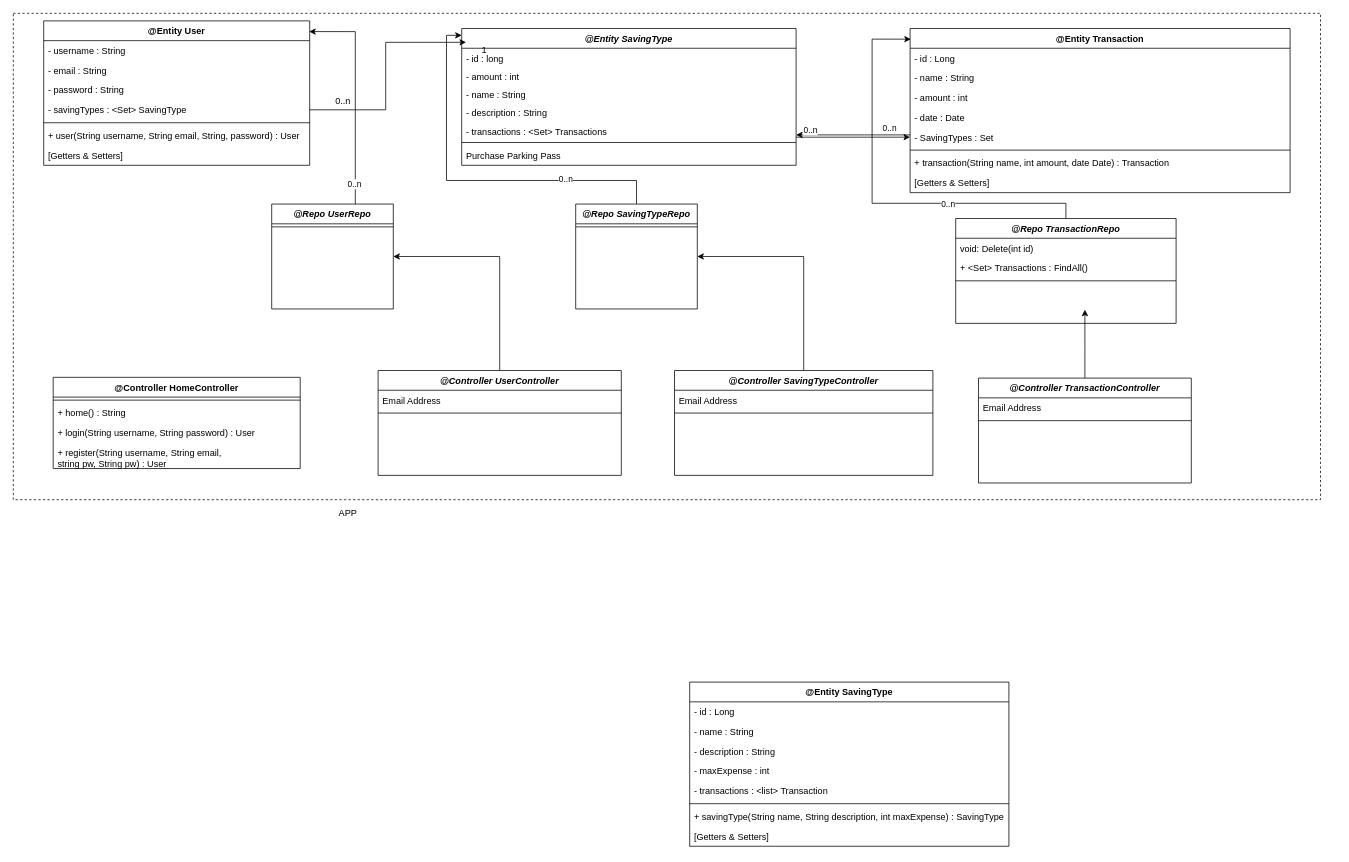
This is DIAGRAMS-verkefni-2/UMLCLASS.drawio from bhs15/BaraSpara-Hopur19, a draw.io file, before an edit. Source tidied: cells renumbered, new cells numbered last; positions are measured from the earlier drawing's top-left corner, leaving out a move shared by most shapes. Both pictures are drawn from the tidied source at 76%, with x=0, y=0 at pixel (13, 13).
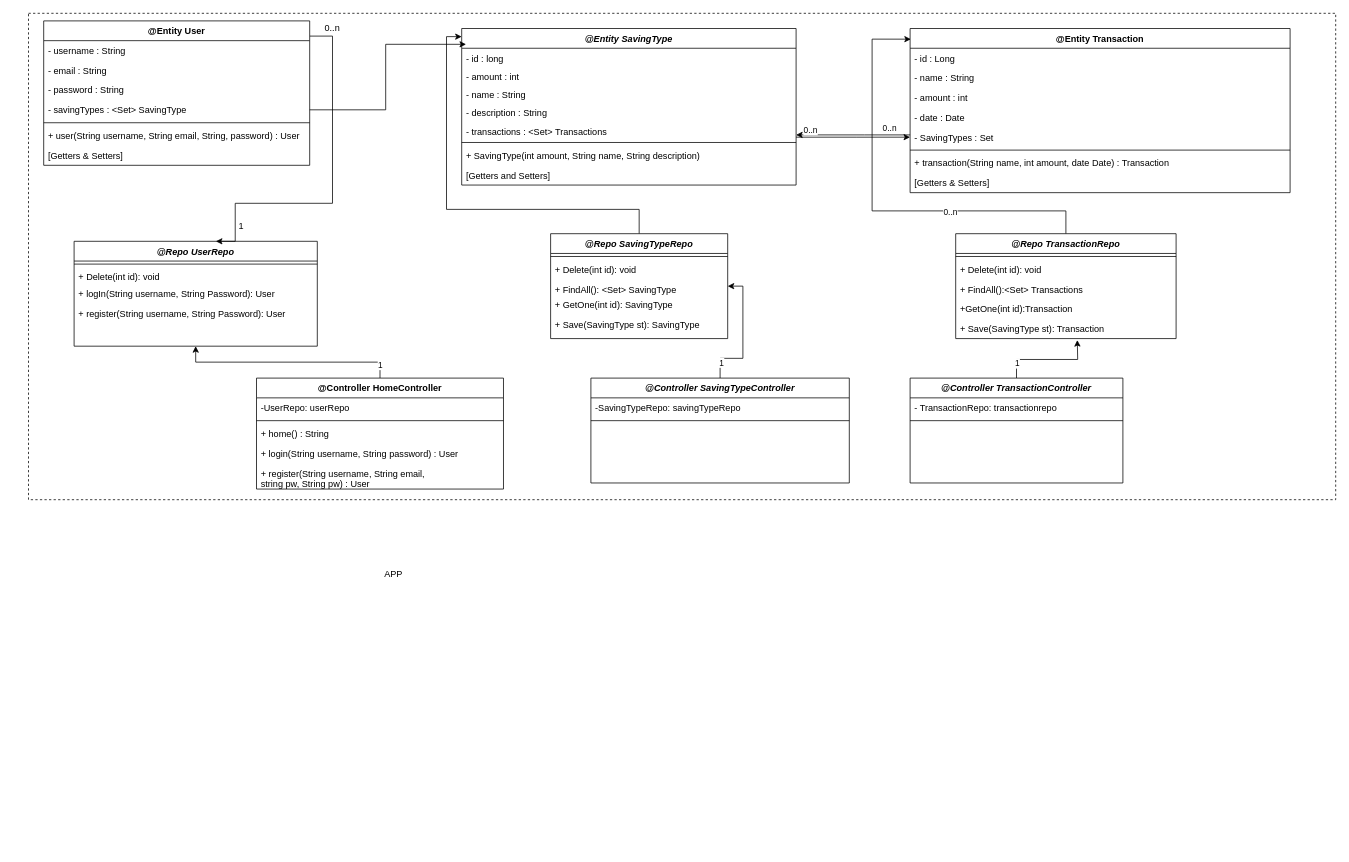
After the change.

Unchanged cells that the change refers to:
```xml
<mxCell id="16" style="edgeStyle=orthogonalEdgeStyle;rounded=0;jettySize=auto;html=1;entryX=1;entryY=0.5;entryDx=0;entryDy=0;" parent="1" edge="1" source="17" target="26">
  <mxGeometry relative="1" as="geometry" />
</mxCell>
<mxCell id="43" value="@Entity User" style="swimlane;fontStyle=1;align=center;verticalAlign=top;horizontal=1;startSize=26;" parent="1" vertex="1">
  <mxGeometry x="40" y="10" width="350" height="190" as="geometry" />
</mxCell>
<mxCell id="61" value="@Entity Transaction" style="swimlane;fontStyle=1;align=center;verticalAlign=top;horizontal=1;startSize=26;" parent="1" vertex="1">
  <mxGeometry x="1180" y="20" width="500" height="216" as="geometry" />
</mxCell>
```

What changed in the source:
```diff
@@
     <mxCell id="2" style="rounded=0;whiteSpace=wrap;html=1;fillColor=none;dashed=1;" parent="1" vertex="1">
-      <mxGeometry width="1720" height="640" as="geometry" />
+      <mxGeometry x="20" width="1720" height="640" as="geometry" />
     </mxCell>
     <mxCell id="3" value="&lt;div&gt;APP&lt;/div&gt;&lt;div&gt;&lt;br&gt;&lt;/div&gt;" style="text;html=1;align=center;verticalAlign=middle;" parent="1" vertex="1">
-      <mxGeometry x="420" y="650" width="40" height="30" as="geometry" />
+      <mxGeometry x="480" y="730" width="40" height="30" as="geometry" />
     </mxCell>
     <mxCell id="4" value="@Entity SavingType" style="swimlane;fontStyle=3;align=center;verticalAlign=top;horizontal=1;startSize=26;rounded=0;shadow=0;strokeWidth=1;" parent="1" vertex="1">
-      <mxGeometry x="590" y="20" width="440" height="180" as="geometry" />
+      <mxGeometry x="590" y="20" width="440" height="206" as="geometry" />
     </mxCell>
@@
-    <mxCell id="11" value="Purchase Parking Pass" style="text;align=left;verticalAlign=top;spacingLeft=4;spacingRight=4;overflow=hidden;" parent="4" vertex="1">
+    <mxCell id="11" value="+ SavingType(int amount, String name, String description)" style="text;align=left;verticalAlign=top;spacingLeft=4;spacingRight=4;overflow=hidden;" parent="4" vertex="1">
       <mxGeometry y="154" width="440" height="26" as="geometry" />
     </mxCell>
-    <mxCell id="12" style="edgeStyle=orthogonalEdgeStyle;rounded=0;jettySize=auto;html=1;entryX=1;entryY=0.5;entryDx=0;entryDy=0;" parent="1" edge="1" source="13" target="30">
-      <mxGeometry relative="1" as="geometry" />
-    </mxCell>
-    <mxCell id="13" value="@Controller UserController" style="swimlane;fontStyle=3;align=center;verticalAlign=top;horizontal=1;startSize=26;rounded=0;shadow=0;strokeWidth=1;" parent="1" vertex="1">
-      <mxGeometry x="480" y="470" width="320" height="138" as="geometry" />
-    </mxCell>
-    <mxCell id="14" value="Email Address" style="text;align=left;verticalAlign=top;spacingLeft=4;spacingRight=4;overflow=hidden;rounded=0;shadow=0;html=0;" parent="13" vertex="1">
-      <mxGeometry y="26" width="320" height="26" as="geometry" />
-    </mxCell>
-    <mxCell id="15" style="line;html=1;strokeWidth=1;align=left;verticalAlign=middle;spacingTop=-1;spacingLeft=3;spacingRight=3;labelPosition=right;" parent="13" vertex="1">
-      <mxGeometry y="52" width="320" height="8" as="geometry" />
-    </mxCell>
+    <mxCell id="76" value="[Getters and Setters]" style="text;align=left;verticalAlign=top;spacingLeft=4;spacingRight=4;overflow=hidden;" parent="4" vertex="1">
+      <mxGeometry y="180" width="440" height="26" as="geometry" />
+    </mxCell>
@@
+    <mxCell id="77" value="1" style="edgeLabel;html=1;align=center;verticalAlign=middle;" parent="16" vertex="1">
+      <mxGeometry x="-0.75" y="-1" relative="1" as="geometry" />
+    </mxCell>
     <mxCell id="17" value="@Controller SavingTypeController" style="swimlane;fontStyle=3;align=center;verticalAlign=top;horizontal=1;startSize=26;rounded=0;shadow=0;strokeWidth=1;" parent="1" vertex="1">
-      <mxGeometry x="870" y="470" width="340" height="138" as="geometry" />
+      <mxGeometry x="760" y="480" width="340" height="138" as="geometry" />
     </mxCell>
-    <mxCell id="18" value="Email Address" style="text;align=left;verticalAlign=top;spacingLeft=4;spacingRight=4;overflow=hidden;rounded=0;shadow=0;html=0;" parent="17" vertex="1">
+    <mxCell id="18" value="-SavingTypeRepo: savingTypeRepo" style="text;align=left;verticalAlign=top;spacingLeft=4;spacingRight=4;overflow=hidden;rounded=0;shadow=0;html=0;" parent="17" vertex="1">
       <mxGeometry y="26" width="340" height="26" as="geometry" />
     </mxCell>
@@
     <mxCell id="20" style="edgeStyle=orthogonalEdgeStyle;rounded=0;jettySize=auto;html=1;" parent="1" edge="1" source="21">
       <mxGeometry relative="1" as="geometry">
-        <mxPoint x="1410" y="390" as="targetPoint" />
+        <mxPoint x="1400" y="430" as="targetPoint" />
       </mxGeometry>
     </mxCell>
+    <mxCell id="78" value="1" style="edgeLabel;html=1;align=center;verticalAlign=middle;" parent="20" vertex="1">
+      <mxGeometry x="-0.7" relative="1" as="geometry" />
+    </mxCell>
     <mxCell id="21" value="@Controller TransactionController" style="swimlane;fontStyle=3;align=center;verticalAlign=top;horizontal=1;startSize=26;rounded=0;shadow=0;strokeWidth=1;" parent="1" vertex="1">
-      <mxGeometry x="1270" y="480" width="280" height="138" as="geometry" />
+      <mxGeometry x="1180" y="480" width="280" height="138" as="geometry" />
     </mxCell>
-    <mxCell id="22" value="Email Address" style="text;align=left;verticalAlign=top;spacingLeft=4;spacingRight=4;overflow=hidden;rounded=0;shadow=0;html=0;" parent="21" vertex="1">
+    <mxCell id="22" value="- TransactionRepo: transactionrepo" style="text;align=left;verticalAlign=top;spacingLeft=4;spacingRight=4;overflow=hidden;rounded=0;shadow=0;html=0;" parent="21" vertex="1">
       <mxGeometry y="26" width="280" height="26" as="geometry" />
     </mxCell>
@@
-    <mxCell id="24" style="edgeStyle=orthogonalEdgeStyle;rounded=0;jettySize=auto;html=1;entryX=0;entryY=0.05;entryDx=0;entryDy=0;entryPerimeter=0;" parent="1" edge="1" source="26" target="4">
-      <mxGeometry relative="1" as="geometry">
-        <Array as="points">
-          <mxPoint x="820" y="220" />
-          <mxPoint x="570" y="220" />
-          <mxPoint x="570" y="29" />
-        </Array>
-      </mxGeometry>
+    <mxCell id="24" style="edgeStyle=orthogonalEdgeStyle;rounded=0;jettySize=auto;html=1;entryX=0;entryY=0.052;entryDx=0;entryDy=0;entryPerimeter=0;" parent="1" edge="1" source="26" target="4">
+      <mxGeometry relative="1" as="geometry" />
     </mxCell>
-    <mxCell id="25" value="0..n" style="edgeLabel;html=1;align=center;verticalAlign=middle;" parent="24" vertex="1">
-      <mxGeometry x="-0.49" y="-2" relative="1" as="geometry" />
-    </mxCell>
     <mxCell id="26" value="@Repo SavingTypeRepo" style="swimlane;fontStyle=3;align=center;verticalAlign=top;horizontal=1;startSize=26;rounded=0;shadow=0;strokeWidth=1;" parent="1" vertex="1">
-      <mxGeometry x="740" y="251" width="160" height="138" as="geometry" />
+      <mxGeometry x="707" y="290" width="233" height="138" as="geometry" />
     </mxCell>
     <mxCell id="27" style="line;html=1;strokeWidth=1;align=left;verticalAlign=middle;spacingTop=-1;spacingLeft=3;spacingRight=3;labelPosition=right;" parent="26" vertex="1">
-      <mxGeometry y="26" width="160" height="8" as="geometry" />
+      <mxGeometry y="26" width="233" height="8" as="geometry" />
     </mxCell>
-    <mxCell id="28" style="edgeStyle=orthogonalEdgeStyle;rounded=0;jettySize=auto;html=1;entryX=0.998;entryY=0.074;entryDx=0;entryDy=0;entryPerimeter=0;" parent="1" edge="1" source="30" target="43">
-      <mxGeometry relative="1" as="geometry">
-        <Array as="points">
-          <mxPoint x="450" y="24" />
-        </Array>
-      </mxGeometry>
-    </mxCell>
-    <mxCell id="29" value="0..n" style="edgeLabel;html=1;align=center;verticalAlign=middle;" parent="28" vertex="1">
-      <mxGeometry x="-0.81" y="2" relative="1" as="geometry" />
-    </mxCell>
+    <mxCell id="79" value="+ Delete(int id): void" style="text;strokeColor=none;fillColor=none;align=left;verticalAlign=top;spacingLeft=4;spacingRight=4;overflow=hidden;" parent="26" vertex="1">
+      <mxGeometry y="34" width="233" height="26" as="geometry" />
+    </mxCell>
+    <mxCell id="80" value="+ FindAll(): &lt;Set&gt; SavingType" style="text;strokeColor=none;fillColor=none;align=left;verticalAlign=top;spacingLeft=4;spacingRight=4;overflow=hidden;" parent="26" vertex="1">
+      <mxGeometry y="60" width="233" height="26" as="geometry" />
+    </mxCell>
     <mxCell id="30" value="@Repo UserRepo" style="swimlane;fontStyle=3;align=center;verticalAlign=top;horizontal=1;startSize=26;rounded=0;shadow=0;strokeWidth=1;" parent="1" vertex="1">
-      <mxGeometry x="340" y="251" width="160" height="138" as="geometry" />
+      <mxGeometry x="80" y="300" width="320" height="138" as="geometry" />
     </mxCell>
     <mxCell id="31" style="line;html=1;strokeWidth=1;align=left;verticalAlign=middle;spacingTop=-1;spacingLeft=3;spacingRight=3;labelPosition=right;" parent="30" vertex="1">
-      <mxGeometry y="26" width="160" height="8" as="geometry" />
+      <mxGeometry y="26" width="320" height="8" as="geometry" />
     </mxCell>
+    <mxCell id="81" value="+ Delete(int id): void" style="text;strokeColor=none;fillColor=none;align=left;verticalAlign=top;spacingLeft=4;spacingRight=4;overflow=hidden;" parent="30" vertex="1">
+      <mxGeometry y="34" width="320" height="26" as="geometry" />
+    </mxCell>
     <mxCell id="32" style="edgeStyle=orthogonalEdgeStyle;rounded=0;jettySize=auto;html=1;entryX=0.002;entryY=0.065;entryDx=0;entryDy=0;entryPerimeter=0;" parent="1" edge="1" source="34" target="61">
       <mxGeometry relative="1" as="geometry">
         <Array as="points">
-          <mxPoint x="1385" y="250" />
-          <mxPoint x="1130" y="250" />
+          <mxPoint x="1385" y="260" />
+          <mxPoint x="1130" y="260" />
           <mxPoint x="1130" y="34" />
         </Array>
       </mxGeometry>
     </mxCell>
@@
     <mxCell id="34" value="@Repo TransactionRepo" style="swimlane;fontStyle=3;align=center;verticalAlign=top;horizontal=1;startSize=26;rounded=0;shadow=0;strokeWidth=1;" parent="1" vertex="1">
-      <mxGeometry x="1240" y="270" width="290" height="138" as="geometry" />
+      <mxGeometry x="1240" y="290" width="290" height="138" as="geometry" />
     </mxCell>
+    <mxCell id="37" style="line;html=1;strokeWidth=1;align=left;verticalAlign=middle;spacingTop=-1;spacingLeft=3;spacingRight=3;labelPosition=right;" parent="34" vertex="1">
+      <mxGeometry y="26" width="290" height="8" as="geometry" />
+    </mxCell>
-    <mxCell id="35" value="void: Delete(int id)" style="text;strokeColor=none;fillColor=none;align=left;verticalAlign=top;spacingLeft=4;spacingRight=4;overflow=hidden;" parent="34" vertex="1">
-      <mxGeometry y="26" width="290" height="26" as="geometry" />
+    <mxCell id="35" value="+ Delete(int id): void" style="text;strokeColor=none;fillColor=none;align=left;verticalAlign=top;spacingLeft=4;spacingRight=4;overflow=hidden;" parent="34" vertex="1">
+      <mxGeometry y="34" width="290" height="26" as="geometry" />
     </mxCell>
-    <mxCell id="36" value="+ &lt;Set&gt; Transactions : FindAll()" style="text;strokeColor=none;fillColor=none;align=left;verticalAlign=top;spacingLeft=4;spacingRight=4;overflow=hidden;" parent="34" vertex="1">
-      <mxGeometry y="52" width="290" height="26" as="geometry" />
+    <mxCell id="36" value="+ FindAll():&lt;Set&gt; Transactions " style="text;strokeColor=none;fillColor=none;align=left;verticalAlign=top;spacingLeft=4;spacingRight=4;overflow=hidden;" parent="34" vertex="1">
+      <mxGeometry y="60" width="290" height="26" as="geometry" />
     </mxCell>
-    <mxCell id="37" style="line;html=1;strokeWidth=1;align=left;verticalAlign=middle;spacingTop=-1;spacingLeft=3;spacingRight=3;labelPosition=right;" parent="34" vertex="1">
-      <mxGeometry y="78" width="290" height="8" as="geometry" />
-    </mxCell>
+    <mxCell id="82" value="+GetOne(int id):Transaction" style="text;strokeColor=none;fillColor=none;align=left;verticalAlign=top;spacingLeft=4;spacingRight=4;overflow=hidden;" parent="34" vertex="1">
+      <mxGeometry y="86" width="290" height="26" as="geometry" />
+    </mxCell>
+    <mxCell id="83" style="edgeStyle=orthogonalEdgeStyle;rounded=0;jettySize=auto;html=1;entryX=0.5;entryY=1;entryDx=0;entryDy=0;" parent="1" edge="1" source="38" target="30">
+      <mxGeometry relative="1" as="geometry" />
+    </mxCell>
+    <mxCell id="84" value="1" style="edgeLabel;html=1;align=center;verticalAlign=middle;" parent="83" vertex="1">
+      <mxGeometry x="-0.87" relative="1" as="geometry" />
+    </mxCell>
     <mxCell id="38" value="@Controller HomeController" style="swimlane;fontStyle=1;align=center;verticalAlign=top;horizontal=1;startSize=26;" parent="1" vertex="1">
-      <mxGeometry x="52.5" y="479" width="325" height="120" as="geometry" />
+      <mxGeometry x="320" y="480" width="325" height="146" as="geometry" />
     </mxCell>
+    <mxCell id="85" value="-UserRepo: userRepo" style="text;align=left;verticalAlign=top;spacingLeft=4;spacingRight=4;overflow=hidden;rounded=0;shadow=0;html=0;" parent="38" vertex="1">
+      <mxGeometry y="26" width="325" height="26" as="geometry" />
+    </mxCell>
     <mxCell id="39" style="line;strokeWidth=1;fillColor=none;align=left;verticalAlign=middle;spacingTop=-1;spacingLeft=3;spacingRight=3;labelPosition=right;" parent="38" vertex="1">
-      <mxGeometry y="26" width="325" height="8" as="geometry" />
+      <mxGeometry y="52" width="325" height="8" as="geometry" />
     </mxCell>
     <mxCell id="40" value="+ home() : String" style="text;strokeColor=none;fillColor=none;align=left;verticalAlign=top;spacingLeft=4;spacingRight=4;overflow=hidden;" parent="38" vertex="1">
-      <mxGeometry y="34" width="325" height="26" as="geometry" />
+      <mxGeometry y="60" width="325" height="26" as="geometry" />
     </mxCell>
     <mxCell id="41" value="+ login(String username, String password) : User" style="text;strokeColor=none;fillColor=none;align=left;verticalAlign=top;spacingLeft=4;spacingRight=4;overflow=hidden;" parent="38" vertex="1">
-      <mxGeometry y="60" width="325" height="26" as="geometry" />
+      <mxGeometry y="86" width="325" height="26" as="geometry" />
     </mxCell>
     <mxCell id="42" value="+ register(String username, String email, &#10;string pw, String pw) : User" style="text;strokeColor=none;fillColor=none;align=left;verticalAlign=top;spacingLeft=4;spacingRight=4;overflow=hidden;" parent="38" vertex="1">
-      <mxGeometry y="86" width="325" height="34" as="geometry" />
+      <mxGeometry y="112" width="325" height="34" as="geometry" />
     </mxCell>
+    <mxCell id="86" style="edgeStyle=orthogonalEdgeStyle;rounded=0;jettySize=auto;html=1;entryX=0.583;entryY=0;entryDx=0;entryDy=0;entryPerimeter=0;" parent="1" edge="1" source="43" target="30">
+      <mxGeometry relative="1" as="geometry">
+        <Array as="points">
+          <mxPoint x="420" y="30" />
+          <mxPoint x="420" y="250" />
+          <mxPoint x="292" y="250" />
+        </Array>
+      </mxGeometry>
+    </mxCell>
@@
-    <mxCell id="51" value="@Entity SavingType" style="swimlane;fontStyle=1;align=center;verticalAlign=top;horizontal=1;startSize=26;" parent="1" vertex="1">
-      <mxGeometry x="890" y="880" width="420" height="216" as="geometry" />
-    </mxCell>
-    <mxCell id="52" value="- id : Long" style="text;strokeColor=none;fillColor=none;align=left;verticalAlign=top;spacingLeft=4;spacingRight=4;overflow=hidden;" parent="51" vertex="1">
-      <mxGeometry y="26" width="420" height="26" as="geometry" />
-    </mxCell>
-    <mxCell id="53" value="- name : String" style="text;strokeColor=none;fillColor=none;align=left;verticalAlign=top;spacingLeft=4;spacingRight=4;overflow=hidden;" parent="51" vertex="1">
-      <mxGeometry y="52" width="420" height="26" as="geometry" />
-    </mxCell>
-    <mxCell id="54" value="- description : String" style="text;strokeColor=none;fillColor=none;align=left;verticalAlign=top;spacingLeft=4;spacingRight=4;overflow=hidden;" parent="51" vertex="1">
-      <mxGeometry y="78" width="420" height="26" as="geometry" />
-    </mxCell>
-    <mxCell id="55" value="- maxExpense : int" style="text;strokeColor=none;fillColor=none;align=left;verticalAlign=top;spacingLeft=4;spacingRight=4;overflow=hidden;" parent="51" vertex="1">
-      <mxGeometry y="104" width="420" height="26" as="geometry" />
-    </mxCell>
-    <mxCell id="56" value="- transactions : &lt;list&gt; Transaction" style="text;strokeColor=none;fillColor=none;align=left;verticalAlign=top;spacingLeft=4;spacingRight=4;overflow=hidden;" parent="51" vertex="1">
-      <mxGeometry y="130" width="420" height="26" as="geometry" />
-    </mxCell>
-    <mxCell id="57" style="line;strokeWidth=1;fillColor=none;align=left;verticalAlign=middle;spacingTop=-1;spacingLeft=3;spacingRight=3;labelPosition=right;" parent="51" vertex="1">
-      <mxGeometry y="156" width="420" height="8" as="geometry" />
-    </mxCell>
-    <mxCell id="58" value="+ savingType(String name, String description, int maxExpense) : SavingType" style="text;strokeColor=none;fillColor=none;align=left;verticalAlign=top;spacingLeft=4;spacingRight=4;overflow=hidden;" parent="51" vertex="1">
-      <mxGeometry y="164" width="420" height="26" as="geometry" />
-    </mxCell>
-    <mxCell id="59" value="[Getters &amp; Setters]" style="text;strokeColor=none;fillColor=none;align=left;verticalAlign=top;spacingLeft=4;spacingRight=4;overflow=hidden;" parent="51" vertex="1">
-      <mxGeometry y="190" width="420" height="26" as="geometry" />
-    </mxCell>
@@
     <mxCell id="71" value="0..n" style="text;html=1;strokeColor=none;fillColor=none;align=center;verticalAlign=middle;whiteSpace=wrap;rounded=0;" parent="1" vertex="1">
-      <mxGeometry x="414" y="106" width="40" height="20" as="geometry" />
+      <mxGeometry x="400" y="10" width="40" height="20" as="geometry" />
     </mxCell>
     <mxCell id="72" value="1" style="text;html=1;strokeColor=none;fillColor=none;align=center;verticalAlign=middle;whiteSpace=wrap;rounded=0;" parent="1" vertex="1">
-      <mxGeometry x="600" y="39" width="40" height="20" as="geometry" />
+      <mxGeometry x="280" y="270" width="40" height="20" as="geometry" />
     </mxCell>
@@
+    <mxCell id="87" value="+ GetOne(int id): SavingType" style="text;strokeColor=none;fillColor=none;align=left;verticalAlign=top;spacingLeft=4;spacingRight=4;overflow=hidden;" parent="1" vertex="1">
+      <mxGeometry x="707" y="370" width="233" height="26" as="geometry" />
+    </mxCell>
+    <mxCell id="88" value="+ logIn(String username, String Password): User" style="text;strokeColor=none;fillColor=none;align=left;verticalAlign=top;spacingLeft=4;spacingRight=4;overflow=hidden;" parent="1" vertex="1">
+      <mxGeometry x="80" y="356" width="320" height="26" as="geometry" />
+    </mxCell>
+    <mxCell id="89" value="+ Save(SavingType st): SavingType" style="text;strokeColor=none;fillColor=none;align=left;verticalAlign=top;spacingLeft=4;spacingRight=4;overflow=hidden;" parent="1" vertex="1">
+      <mxGeometry x="707" y="396" width="233" height="26" as="geometry" />
+    </mxCell>
+    <mxCell id="90" value="+ register(String username, String Password): User" style="text;strokeColor=none;fillColor=none;align=left;verticalAlign=top;spacingLeft=4;spacingRight=4;overflow=hidden;" parent="1" vertex="1">
+      <mxGeometry x="80" y="382" width="320" height="26" as="geometry" />
+    </mxCell>
+    <mxCell id="91" value="+ Save(SavingType st): Transaction" style="text;strokeColor=none;fillColor=none;align=left;verticalAlign=top;spacingLeft=4;spacingRight=4;overflow=hidden;" parent="1" vertex="1">
+      <mxGeometry x="1240" y="402" width="233" height="26" as="geometry" />
+    </mxCell>
```
